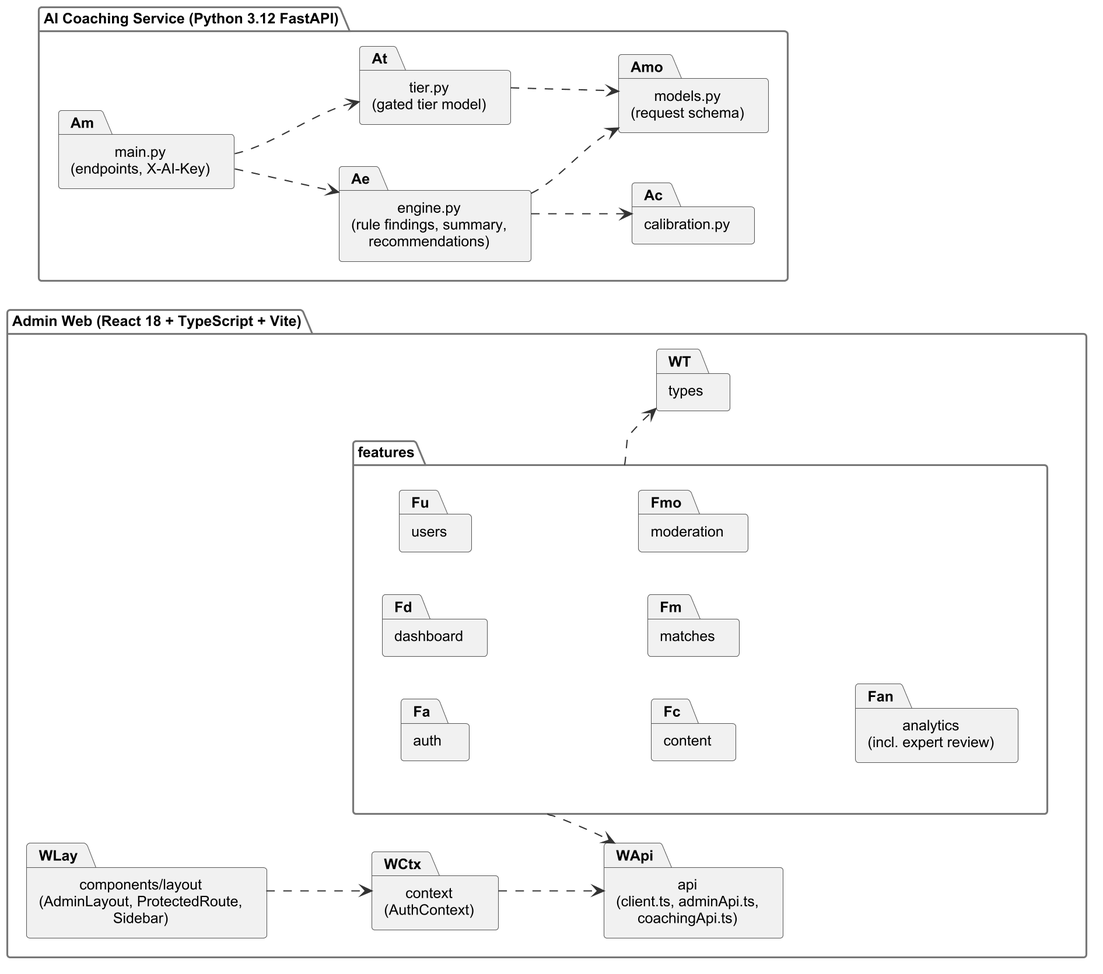
Above: Doc/Project_report/Report/diagrams/png/r4_pkg_web_ai.png in Tad-Min/PickleVerse (PlantUML), before the change. Source of this version:
```plantuml
@startuml r4_pkg_web_ai
!include _style.iuml
skinparam packageStyle folder
left to right direction
package "Admin Web (React 18 + TypeScript + Vite)" as WEB {
  package "features" as F {
    package "auth" as Fa
    package "dashboard" as Fd
    package "users" as Fu
    package "content" as Fc
    package "matches" as Fm
    package "moderation" as Fmo
    package "analytics\n(incl. expert review)" as Fan
  }
  package "api\n(client.ts, adminApi.ts,\ncoachingApi.ts)" as WApi
  package "context\n(AuthContext)" as WCtx
  package "components/layout\n(AdminLayout, ProtectedRoute,\nSidebar)" as WLay
  package "types" as WT
}
package "AI Coaching Service (Python 3.12 FastAPI)" as AIS {
  package "main.py\n(endpoints, X-AI-Key)" as Am
  package "engine.py\n(rule findings, summary,\nrecommendations)" as Ae
  package "models.py\n(request schema)" as Amo
  package "tier.py\n(gated tier model)" as At
  package "calibration.py" as Ac
}
F ..> WApi
F ..> WT
WLay ..> WCtx
WCtx ..> WApi
Am ..> Ae
Am ..> At
Ae ..> Amo
At ..> Amo
Ae ..> Ac
@enduml
```
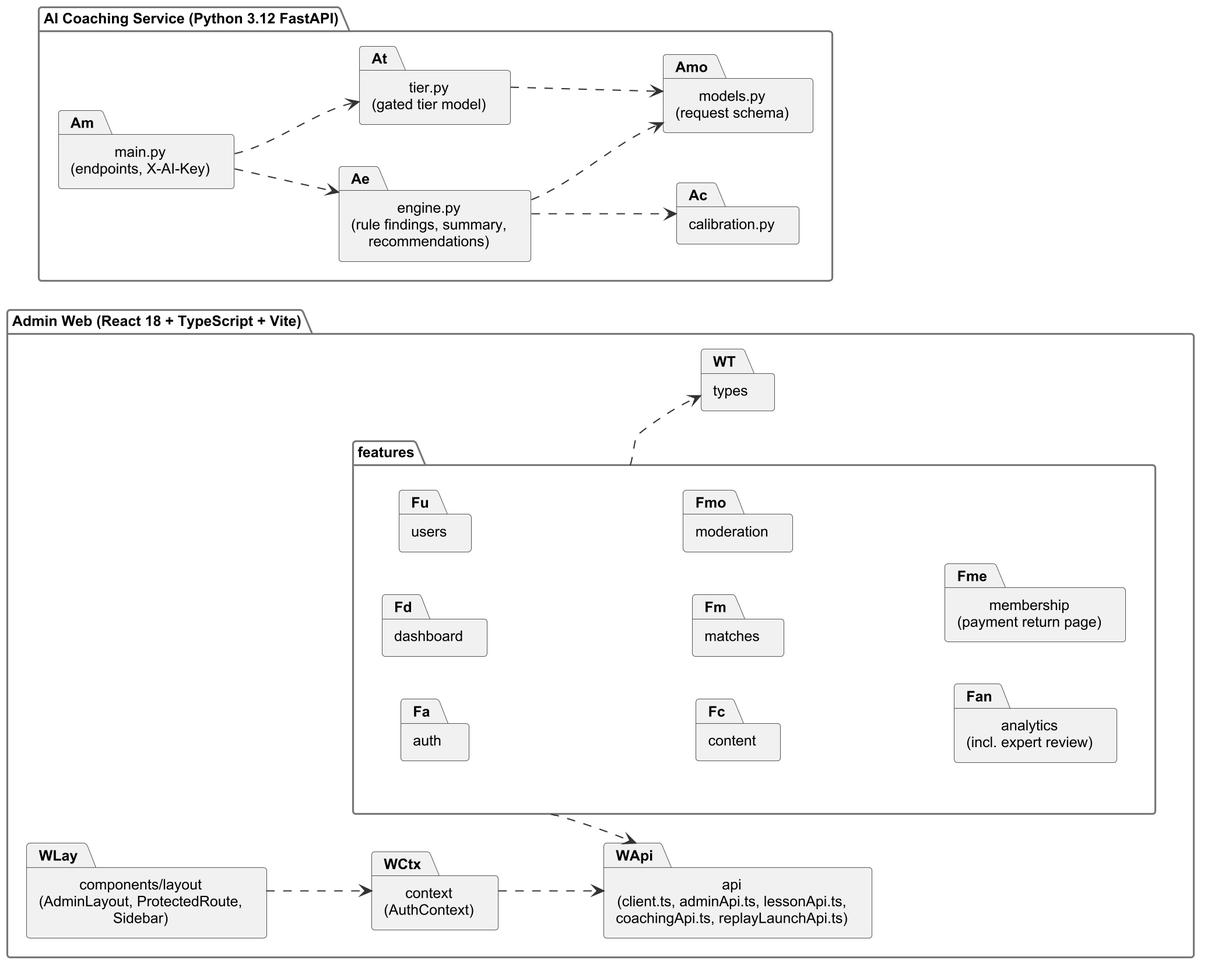
After the change.

Diff of the diagram source:
```diff
@@ -11,8 +11,9 @@
     package "matches" as Fm
     package "moderation" as Fmo
     package "analytics\n(incl. expert review)" as Fan
+    package "membership\n(payment return page)" as Fme
   }
-  package "api\n(client.ts, adminApi.ts,\ncoachingApi.ts)" as WApi
+  package "api\n(client.ts, adminApi.ts, lessonApi.ts,\ncoachingApi.ts, replayLaunchApi.ts)" as WApi
   package "context\n(AuthContext)" as WCtx
   package "components/layout\n(AdminLayout, ProtectedRoute,\nSidebar)" as WLay
   package "types" as WT
```
